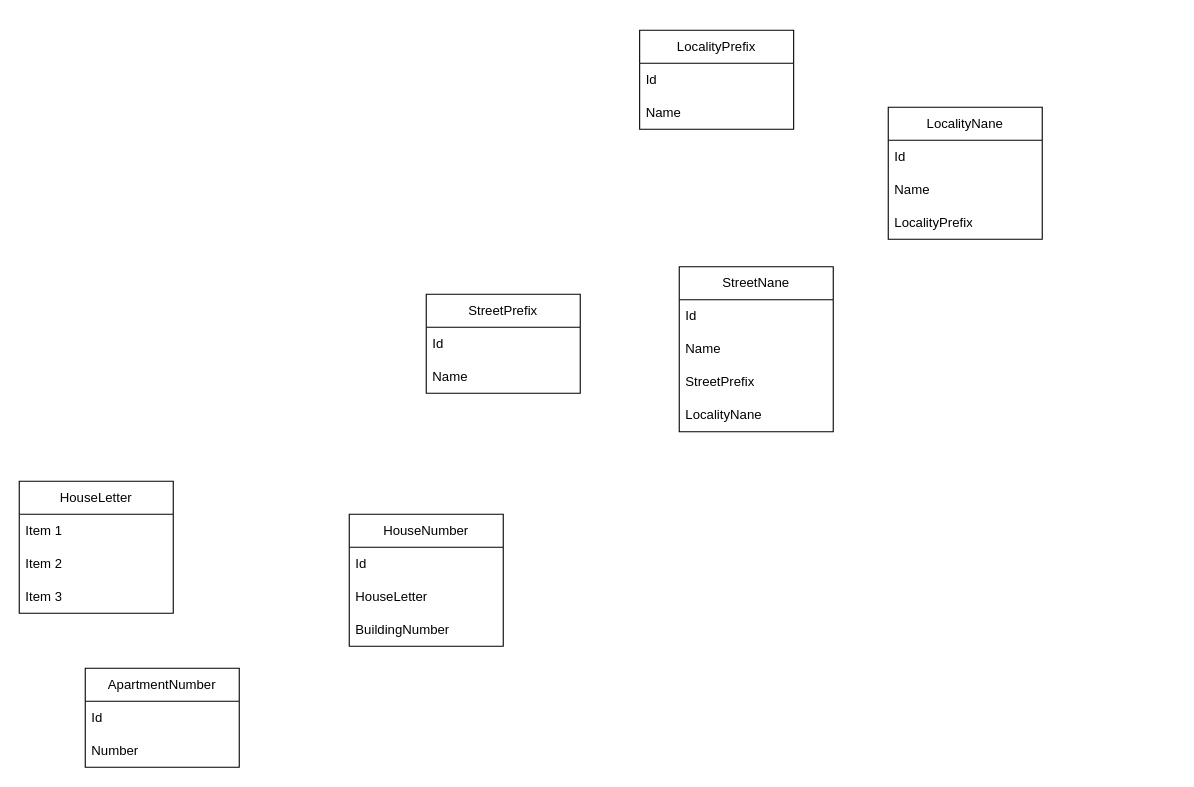
This is page "ERD" (1 of 3) of OtherSource/KockstikSite.drawio from Kockstick/KockstikSite, a draw.io file, before an edit. Source tidied: cells renumbered, new cells numbered last; positions are measured from the earlier drawing's top-left corner, leaving out a move shared by most shapes. Both pictures are drawn from the tidied source at 110%, with x=0, y=0 at pixel (19, 30).
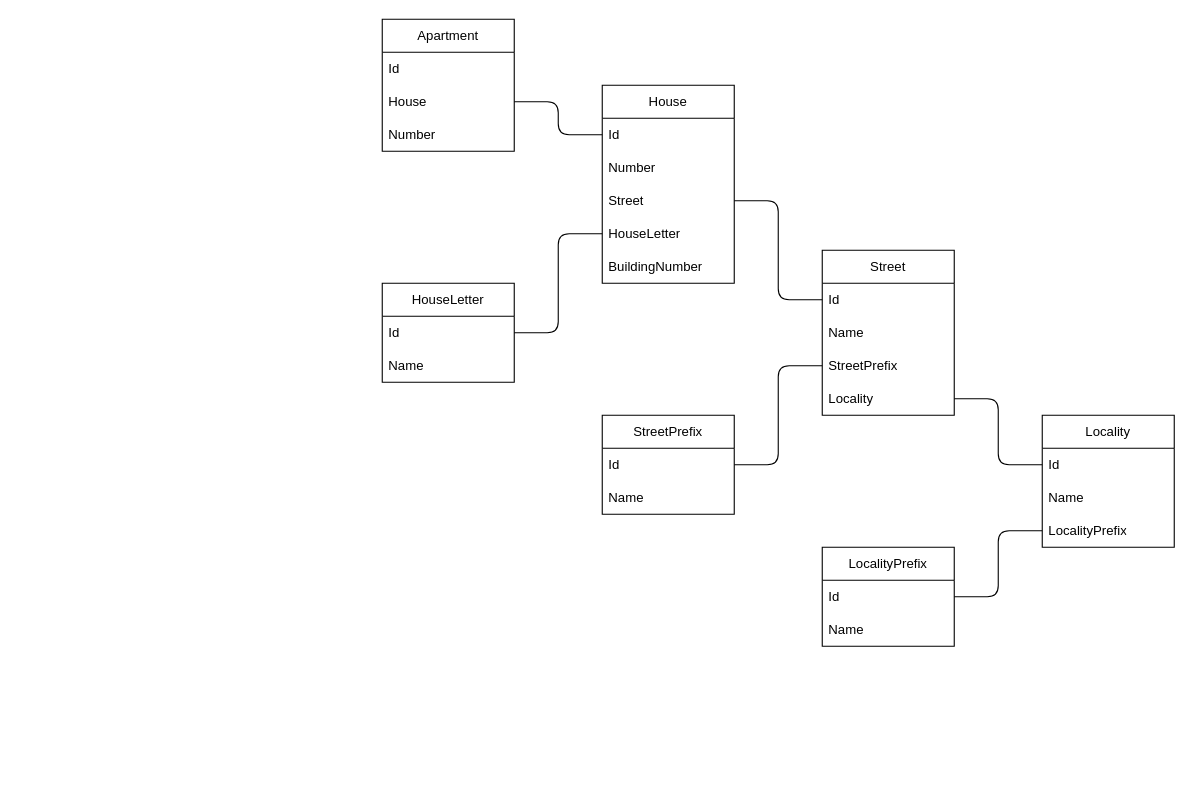
After the change.

The edit, as a diff of the source:
```diff
@@
     <mxCell id="2" value="LocalityPrefix" style="swimlane;fontStyle=0;horizontal=1;startSize=30;whiteSpace=wrap;html=1;" parent="1" vertex="1">
-      <mxGeometry x="564" width="140" height="90" as="geometry" />
+      <mxGeometry x="730" y="470" width="120" height="90" as="geometry" />
     </mxCell>
     <mxCell id="3" value="Id" style="text;strokeColor=none;fillColor=none;align=left;verticalAlign=middle;spacingLeft=4;spacingRight=4;overflow=hidden;points=[[0,0.5],[1,0.5]];portConstraint=eastwest;whiteSpace=wrap;html=1;" parent="2" vertex="1">
-      <mxGeometry y="30" width="140" height="30" as="geometry" />
+      <mxGeometry y="30" width="120" height="30" as="geometry" />
     </mxCell>
     <mxCell id="4" value="Name" style="text;strokeColor=none;fillColor=none;align=left;verticalAlign=middle;spacingLeft=4;spacingRight=4;overflow=hidden;whiteSpace=wrap;html=1;" parent="2" vertex="1">
-      <mxGeometry y="60" width="140" height="30" as="geometry" />
+      <mxGeometry y="60" width="120" height="30" as="geometry" />
     </mxCell>
-    <mxCell id="5" value="LocalityNane" style="swimlane;fontStyle=0;horizontal=1;startSize=30;whiteSpace=wrap;html=1;" parent="1" vertex="1">
-      <mxGeometry x="790" y="70" width="140" height="120" as="geometry" />
+    <mxCell id="5" value="Locality" style="swimlane;fontStyle=0;horizontal=1;startSize=30;whiteSpace=wrap;html=1;" parent="1" vertex="1">
+      <mxGeometry x="930" y="350" width="120" height="120" as="geometry" />
     </mxCell>
     <mxCell id="6" value="Id" style="text;strokeColor=none;fillColor=none;align=left;verticalAlign=middle;spacingLeft=4;spacingRight=4;overflow=hidden;points=[[0,0.5],[1,0.5]];portConstraint=eastwest;whiteSpace=wrap;html=1;" parent="5" vertex="1">
-      <mxGeometry y="30" width="140" height="30" as="geometry" />
+      <mxGeometry y="30" width="120" height="30" as="geometry" />
     </mxCell>
     <mxCell id="7" value="Name" style="text;strokeColor=none;fillColor=none;align=left;verticalAlign=middle;spacingLeft=4;spacingRight=4;overflow=hidden;whiteSpace=wrap;html=1;" parent="5" vertex="1">
-      <mxGeometry y="60" width="140" height="30" as="geometry" />
+      <mxGeometry y="60" width="120" height="30" as="geometry" />
     </mxCell>
     <mxCell id="8" value="LocalityPrefix" style="text;strokeColor=none;fillColor=none;align=left;verticalAlign=middle;spacingLeft=4;spacingRight=4;overflow=hidden;points=[[0,0.5],[1,0.5]];portConstraint=eastwest;whiteSpace=wrap;html=1;" parent="5" vertex="1">
-      <mxGeometry y="90" width="140" height="30" as="geometry" />
+      <mxGeometry y="90" width="120" height="30" as="geometry" />
     </mxCell>
     <mxCell id="9" value="StreetPrefix" style="swimlane;fontStyle=0;horizontal=1;startSize=30;whiteSpace=wrap;html=1;" parent="1" vertex="1">
-      <mxGeometry x="370" y="240" width="140" height="90" as="geometry" />
+      <mxGeometry x="530" y="350" width="120" height="90" as="geometry" />
     </mxCell>
     <mxCell id="10" value="Id" style="text;strokeColor=none;fillColor=none;align=left;verticalAlign=middle;spacingLeft=4;spacingRight=4;overflow=hidden;points=[[0,0.5],[1,0.5]];portConstraint=eastwest;whiteSpace=wrap;html=1;" parent="9" vertex="1">
-      <mxGeometry y="30" width="140" height="30" as="geometry" />
+      <mxGeometry y="30" width="120" height="30" as="geometry" />
     </mxCell>
     <mxCell id="11" value="Name" style="text;strokeColor=none;fillColor=none;align=left;verticalAlign=middle;spacingLeft=4;spacingRight=4;overflow=hidden;whiteSpace=wrap;html=1;" parent="9" vertex="1">
-      <mxGeometry y="60" width="140" height="30" as="geometry" />
+      <mxGeometry y="60" width="120" height="30" as="geometry" />
     </mxCell>
-    <mxCell id="12" value="StreetNane" style="swimlane;fontStyle=0;horizontal=1;startSize=30;whiteSpace=wrap;html=1;" parent="1" vertex="1">
-      <mxGeometry x="600" y="215" width="140" height="150" as="geometry" />
+    <mxCell id="12" value="Street" style="swimlane;fontStyle=0;horizontal=1;startSize=30;whiteSpace=wrap;html=1;" parent="1" vertex="1">
+      <mxGeometry x="730" y="200" width="120" height="150" as="geometry" />
     </mxCell>
     <mxCell id="13" value="Id" style="text;strokeColor=none;fillColor=none;align=left;verticalAlign=middle;spacingLeft=4;spacingRight=4;overflow=hidden;points=[[0,0.5],[1,0.5]];portConstraint=eastwest;whiteSpace=wrap;html=1;" parent="12" vertex="1">
-      <mxGeometry y="30" width="140" height="30" as="geometry" />
+      <mxGeometry y="30" width="120" height="30" as="geometry" />
     </mxCell>
     <mxCell id="14" value="Name" style="text;strokeColor=none;fillColor=none;align=left;verticalAlign=middle;spacingLeft=4;spacingRight=4;overflow=hidden;whiteSpace=wrap;html=1;" parent="12" vertex="1">
-      <mxGeometry y="60" width="140" height="30" as="geometry" />
+      <mxGeometry y="60" width="120" height="30" as="geometry" />
     </mxCell>
     <mxCell id="15" value="StreetPrefix" style="text;strokeColor=none;fillColor=none;align=left;verticalAlign=middle;spacingLeft=4;spacingRight=4;overflow=hidden;points=[[0,0.5],[1,0.5]];portConstraint=eastwest;whiteSpace=wrap;html=1;" parent="12" vertex="1">
-      <mxGeometry y="90" width="140" height="30" as="geometry" />
+      <mxGeometry y="90" width="120" height="30" as="geometry" />
     </mxCell>
-    <mxCell id="16" value="LocalityNane" style="text;strokeColor=none;fillColor=none;align=left;verticalAlign=middle;spacingLeft=4;spacingRight=4;overflow=hidden;points=[[0,0.5],[1,0.5]];portConstraint=eastwest;whiteSpace=wrap;html=1;" parent="12" vertex="1">
-      <mxGeometry y="120" width="140" height="30" as="geometry" />
+    <mxCell id="16" value="Locality" style="text;strokeColor=none;fillColor=none;align=left;verticalAlign=middle;spacingLeft=4;spacingRight=4;overflow=hidden;points=[[0,0.5],[1,0.5]];portConstraint=eastwest;whiteSpace=wrap;html=1;" parent="12" vertex="1">
+      <mxGeometry y="120" width="120" height="30" as="geometry" />
     </mxCell>
-    <mxCell id="17" value="HouseNumber" style="swimlane;fontStyle=0;horizontal=1;startSize=30;whiteSpace=wrap;html=1;" parent="1" vertex="1">
-      <mxGeometry x="300" y="440" width="140" height="120" as="geometry" />
+    <mxCell id="17" value="House" style="swimlane;fontStyle=0;horizontal=1;startSize=30;whiteSpace=wrap;html=1;" parent="1" vertex="1">
+      <mxGeometry x="530" y="50" width="120" height="180" as="geometry" />
     </mxCell>
     <mxCell id="18" value="Id" style="text;strokeColor=none;fillColor=none;align=left;verticalAlign=middle;spacingLeft=4;spacingRight=4;overflow=hidden;points=[[0,0.5],[1,0.5]];portConstraint=eastwest;whiteSpace=wrap;html=1;" parent="17" vertex="1">
-      <mxGeometry y="30" width="140" height="30" as="geometry" />
+      <mxGeometry y="30" width="120" height="30" as="geometry" />
     </mxCell>
+    <mxCell id="28" value="Number" style="text;strokeColor=none;fillColor=none;align=left;verticalAlign=middle;spacingLeft=4;spacingRight=4;overflow=hidden;whiteSpace=wrap;html=1;" parent="17" vertex="1">
+      <mxGeometry y="60" width="120" height="30" as="geometry" />
+    </mxCell>
+    <mxCell id="29" value="Street" style="text;strokeColor=none;fillColor=none;align=left;verticalAlign=middle;spacingLeft=4;spacingRight=4;overflow=hidden;points=[[0,0.5],[1,0.5]];portConstraint=eastwest;whiteSpace=wrap;html=1;" parent="17" vertex="1">
+      <mxGeometry y="90" width="120" height="30" as="geometry" />
+    </mxCell>
     <mxCell id="19" value="HouseLetter" style="text;strokeColor=none;fillColor=none;align=left;verticalAlign=middle;spacingLeft=4;spacingRight=4;overflow=hidden;points=[[0,0.5],[1,0.5]];portConstraint=eastwest;whiteSpace=wrap;html=1;" parent="17" vertex="1">
-      <mxGeometry y="60" width="140" height="30" as="geometry" />
+      <mxGeometry y="120" width="120" height="30" as="geometry" />
     </mxCell>
     <mxCell id="20" value="BuildingNumber" style="text;strokeColor=none;fillColor=none;align=left;verticalAlign=middle;spacingLeft=4;spacingRight=4;overflow=hidden;whiteSpace=wrap;html=1;" parent="17" vertex="1">
-      <mxGeometry y="90" width="140" height="30" as="geometry" />
+      <mxGeometry y="150" width="120" height="30" as="geometry" />
     </mxCell>
     <mxCell id="21" value="HouseLetter" style="swimlane;fontStyle=0;horizontal=1;startSize=30;whiteSpace=wrap;html=1;" parent="1" vertex="1">
-      <mxGeometry y="410" width="140" height="120" as="geometry" />
+      <mxGeometry x="330" y="230" width="120" height="90" as="geometry" />
     </mxCell>
-    <mxCell id="22" value="Item 1" style="text;strokeColor=none;fillColor=none;align=left;verticalAlign=middle;spacingLeft=4;spacingRight=4;overflow=hidden;points=[[0,0.5],[1,0.5]];portConstraint=eastwest;whiteSpace=wrap;html=1;" parent="21" vertex="1">
-      <mxGeometry y="30" width="140" height="30" as="geometry" />
+    <mxCell id="22" value="Id" style="text;strokeColor=none;fillColor=none;align=left;verticalAlign=middle;spacingLeft=4;spacingRight=4;overflow=hidden;points=[[0,0.5],[1,0.5]];portConstraint=eastwest;whiteSpace=wrap;html=1;" parent="21" vertex="1">
+      <mxGeometry y="30" width="120" height="30" as="geometry" />
     </mxCell>
-    <mxCell id="23" value="Item 2" style="text;strokeColor=none;fillColor=none;align=left;verticalAlign=middle;spacingLeft=4;spacingRight=4;overflow=hidden;whiteSpace=wrap;html=1;" parent="21" vertex="1">
-      <mxGeometry y="60" width="140" height="30" as="geometry" />
+    <mxCell id="23" value="Name" style="text;strokeColor=none;fillColor=none;align=left;verticalAlign=middle;spacingLeft=4;spacingRight=4;overflow=hidden;whiteSpace=wrap;html=1;" parent="21" vertex="1">
+      <mxGeometry y="60" width="120" height="30" as="geometry" />
     </mxCell>
-    <mxCell id="24" value="Item 3" style="text;strokeColor=none;fillColor=none;align=left;verticalAlign=middle;spacingLeft=4;spacingRight=4;overflow=hidden;whiteSpace=wrap;html=1;" parent="21" vertex="1">
-      <mxGeometry y="90" width="140" height="30" as="geometry" />
-    </mxCell>
-    <mxCell id="25" value="ApartmentNumber" style="swimlane;fontStyle=0;horizontal=1;startSize=30;whiteSpace=wrap;html=1;" parent="1" vertex="1">
-      <mxGeometry x="60" y="580" width="140" height="90" as="geometry" />
+    <mxCell id="25" value="Apartment" style="swimlane;fontStyle=0;horizontal=1;startSize=30;whiteSpace=wrap;html=1;" parent="1" vertex="1">
+      <mxGeometry x="330" y="-10" width="120" height="120" as="geometry" />
     </mxCell>
     <mxCell id="26" value="Id" style="text;strokeColor=none;fillColor=none;align=left;verticalAlign=middle;spacingLeft=4;spacingRight=4;overflow=hidden;whiteSpace=wrap;html=1;" parent="25" vertex="1">
-      <mxGeometry y="30" width="140" height="30" as="geometry" />
+      <mxGeometry y="30" width="120" height="30" as="geometry" />
     </mxCell>
+    <mxCell id="30" value="House" style="text;strokeColor=none;fillColor=none;align=left;verticalAlign=middle;spacingLeft=4;spacingRight=4;overflow=hidden;points=[[0,0.5],[1,0.5]];portConstraint=eastwest;whiteSpace=wrap;html=1;" parent="25" vertex="1">
+      <mxGeometry y="60" width="120" height="30" as="geometry" />
+    </mxCell>
     <mxCell id="27" value="Number" style="text;strokeColor=none;fillColor=none;align=left;verticalAlign=middle;spacingLeft=4;spacingRight=4;overflow=hidden;whiteSpace=wrap;html=1;" parent="25" vertex="1">
-      <mxGeometry y="60" width="140" height="30" as="geometry" />
+      <mxGeometry y="90" width="120" height="30" as="geometry" />
     </mxCell>
+    <mxCell id="31" style="edgeStyle=orthogonalEdgeStyle;jettySize=auto;html=1;entryX=1;entryY=0.5;entryDx=0;entryDy=0;endArrow=none;endFill=0;rounded=1;" parent="1" edge="1" source="8" target="3">
+      <mxGeometry relative="1" as="geometry" />
+    </mxCell>
+    <mxCell id="32" style="edgeStyle=orthogonalEdgeStyle;jettySize=auto;html=1;entryX=0;entryY=0.5;entryDx=0;entryDy=0;endArrow=none;endFill=0;rounded=1;" parent="1" edge="1" source="16" target="6">
+      <mxGeometry relative="1" as="geometry" />
+    </mxCell>
+    <mxCell id="33" style="edgeStyle=orthogonalEdgeStyle;jettySize=auto;html=1;endArrow=none;endFill=0;rounded=1;" parent="1" edge="1" source="15" target="10">
+      <mxGeometry relative="1" as="geometry" />
+    </mxCell>
+    <mxCell id="34" style="edgeStyle=orthogonalEdgeStyle;jettySize=auto;html=1;endArrow=none;endFill=0;rounded=1;" parent="1" edge="1" source="29" target="13">
+      <mxGeometry relative="1" as="geometry" />
+    </mxCell>
+    <mxCell id="35" style="edgeStyle=orthogonalEdgeStyle;jettySize=auto;html=1;endArrow=none;endFill=0;rounded=1;" parent="1" edge="1" source="30" target="18">
+      <mxGeometry relative="1" as="geometry" />
+    </mxCell>
+    <mxCell id="36" style="edgeStyle=orthogonalEdgeStyle;jettySize=auto;html=1;endArrow=none;endFill=0;rounded=1;" parent="1" edge="1" source="19" target="22">
+      <mxGeometry relative="1" as="geometry" />
+    </mxCell>
```
